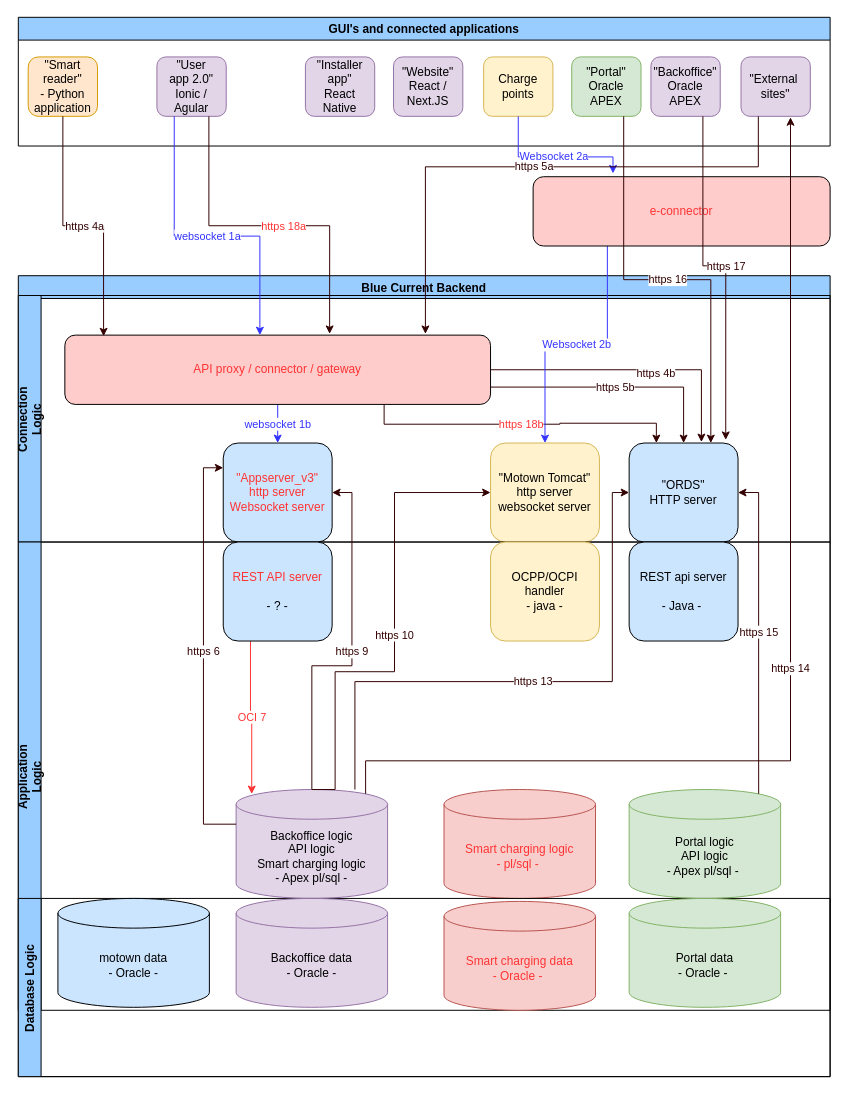
Jeloeno/Cloud-Governance keeps this draw.io diagram as page "2022 Connections" (8 of 8) of architecture.drawio. Above is the earlier version. Source tidied: cells renumbered, new cells numbered last; positions are measured from the earlier drawing's top-left corner, leaving out a move shared by most shapes. Both pictures are drawn from the tidied source at 99%, with x=0, y=0 at pixel (18, 17).
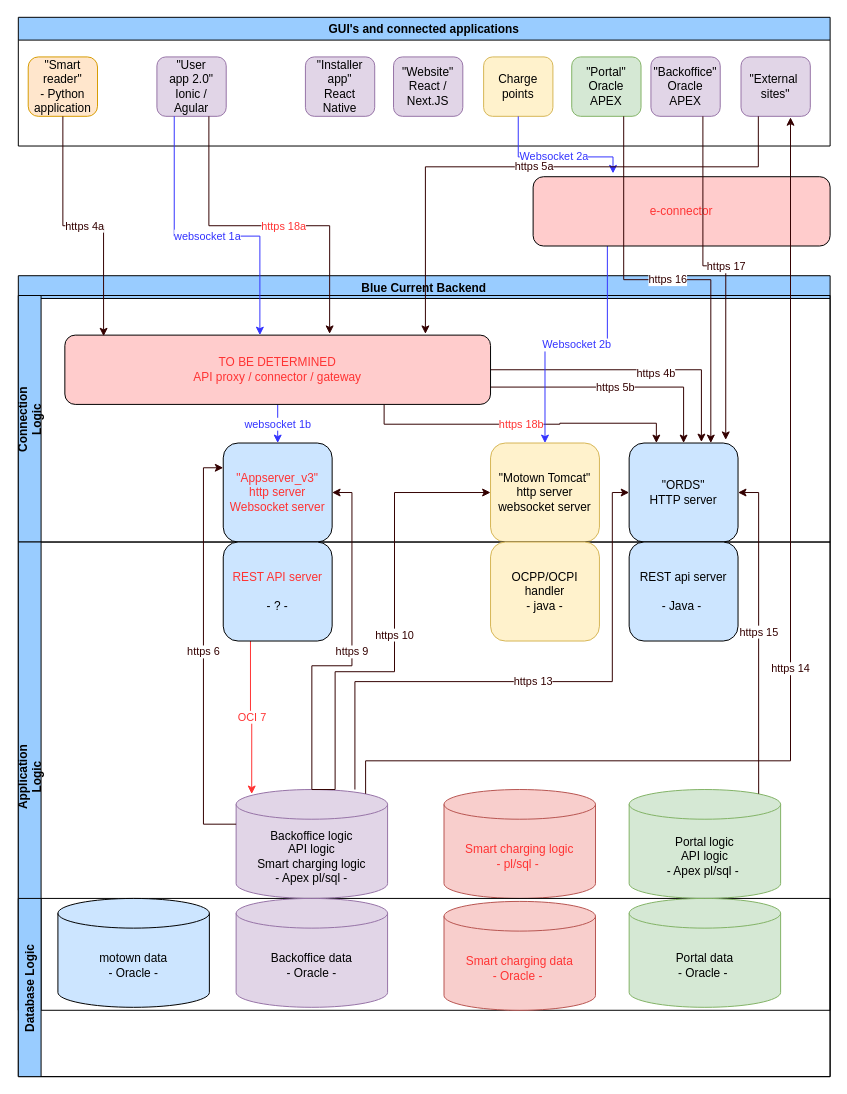
The same diagram, later.

The change refers to these unchanged cells:
```xml
<mxCell id="12" value="Connection&#10;Logic" style="swimlane;horizontal=0;fillColor=#99CCFF;" parent="11" vertex="1">
  <mxGeometry y="20" width="820" height="249" as="geometry" />
</mxCell>
```

The edit, as a diff of the source:
```diff
@@
-    <mxCell id="21" value="API proxy / connector / gateway" style="rounded=1;whiteSpace=wrap;html=1;fontColor=#FF3333;fillColor=#FFCCCC;gradientColor=none;" parent="12" vertex="1">
+    <mxCell id="21" value="TO BE DETERMINED &lt;br&gt;API proxy / connector / gateway" style="rounded=1;whiteSpace=wrap;html=1;fontColor=#FF3333;fillColor=#FFCCCC;gradientColor=none;" parent="12" vertex="1">
       <mxGeometry x="47" y="40" width="430" height="70" as="geometry" />
     </mxCell>
```
